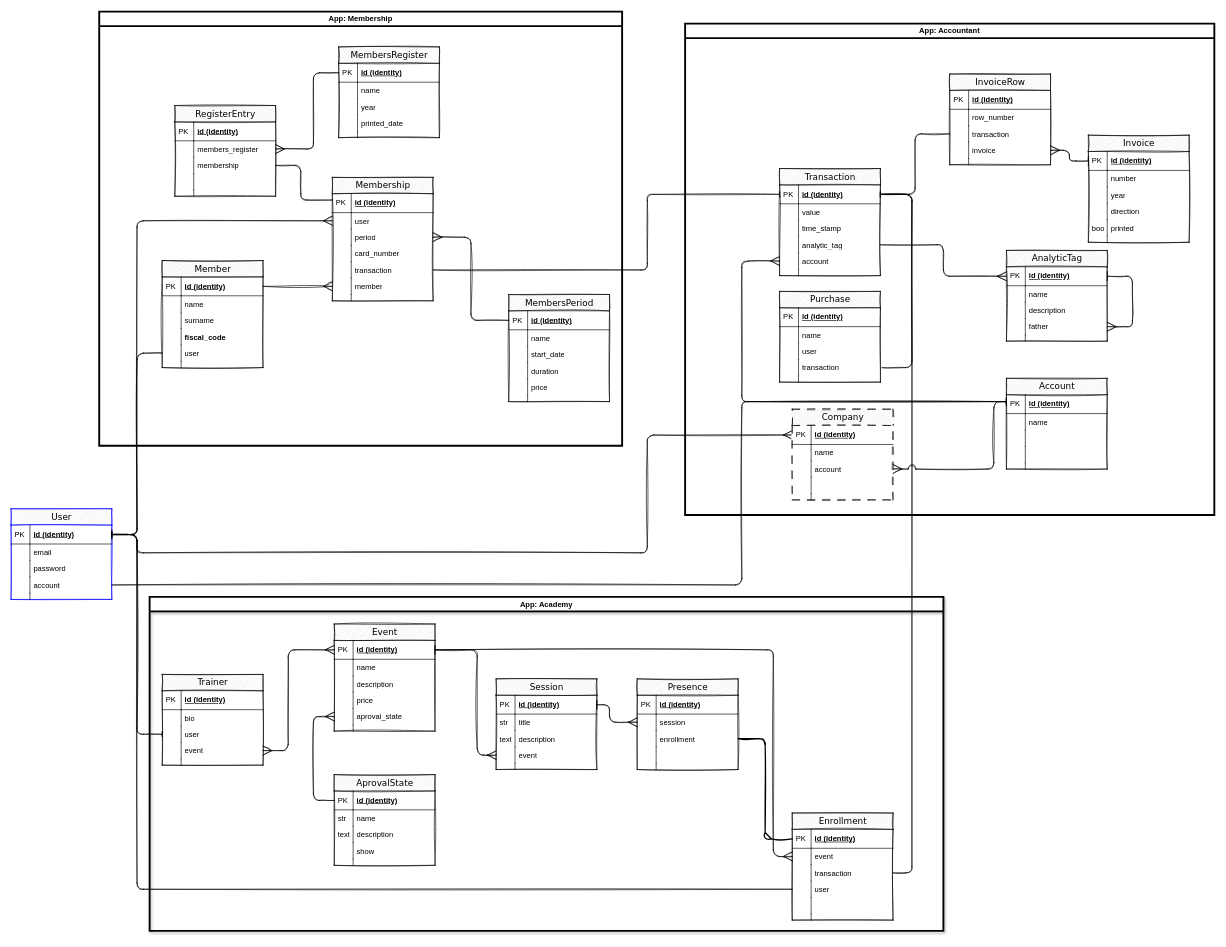
ConoscereLinux/asso-django keeps this draw.io diagram as doc/asso-er.drawio. Above is the earlier version. Source tidied: cells renumbered, new cells numbered last; positions are measured from the earlier drawing's top-left corner, leaving out a move shared by most shapes. Both pictures are drawn from the tidied source at 63%, with x=0, y=0 at pixel (11, 11).
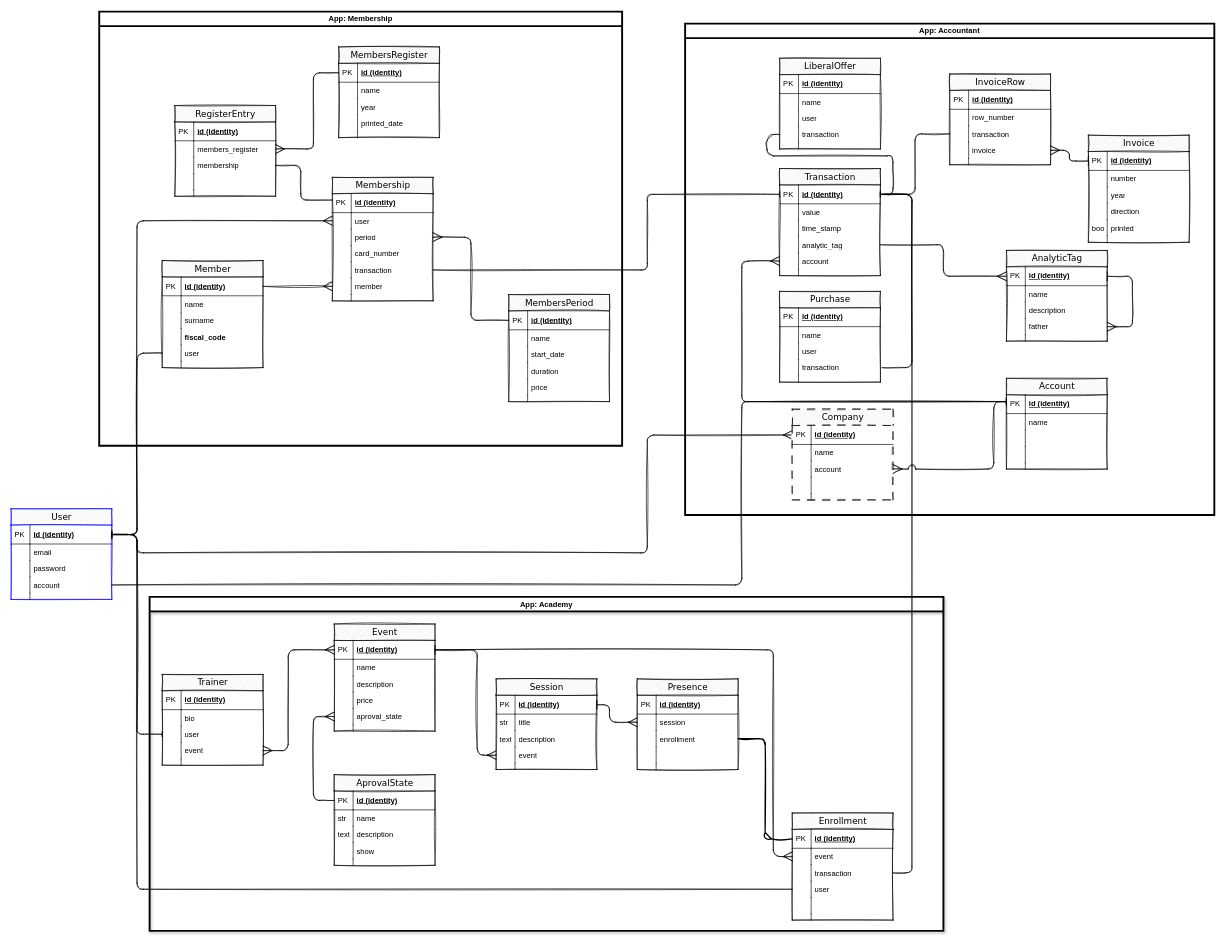
The same diagram, later.

Commit message:
Added LiberalOffer model.

The change refers to these unchanged cells:
```xml
<mxCell id="56" value="id (identity)" style="shape=partialRectangle;top=0;left=0;right=0;bottom=1;html=1;align=left;verticalAlign=middle;fillColor=none;spacingLeft=34;spacingRight=4;whiteSpace=wrap;overflow=hidden;points=[[0,0.5],[1,0.5]];portConstraint=eastwest;fontStyle=5;" parent="55" vertex="1">
  <mxGeometry y="26" width="160" height="30" as="geometry" />
</mxCell>
<mxCell id="229" value="App: Accountant" style="swimlane;whiteSpace=wrap;html=1;strokeWidth=3;" parent="1" vertex="1">
  <mxGeometry x="1070" y="19" width="840" height="780" as="geometry" />
</mxCell>
```

Change to the diagram source:
```diff
@@
+    <mxCell id="255" value="LiberalOffer" style="swimlane;html=1;fontStyle=0;horizontal=1;startSize=26;fillColor=#e0e0e0;swimlaneFillColor=#ffffff;align=center;rounded=0;shadow=0;comic=0;labelBackgroundColor=none;strokeWidth=1;fontFamily=Verdana;fontSize=14;sketch=1;" parent="229" vertex="1">
+      <mxGeometry x="150" y="55" width="160" height="144" as="geometry" />
+    </mxCell>
+    <mxCell id="256" value="id (identity)" style="shape=partialRectangle;top=0;left=0;right=0;bottom=1;html=1;align=left;verticalAlign=middle;fillColor=none;spacingLeft=34;spacingRight=4;whiteSpace=wrap;overflow=hidden;fontStyle=5;" parent="255" vertex="1">
+      <mxGeometry y="26" width="160" height="30" as="geometry" />
+    </mxCell>
+    <mxCell id="257" value="PK" style="shape=partialRectangle;top=0;left=0;bottom=0;html=1;fillColor=none;align=left;verticalAlign=middle;spacingLeft=4;spacingRight=4;whiteSpace=wrap;overflow=hidden;" parent="256" vertex="1">
+      <mxGeometry width="30" height="30" as="geometry" />
+    </mxCell>
+    <mxCell id="258" value="name" style="shape=partialRectangle;top=0;left=0;right=0;bottom=0;html=1;align=left;verticalAlign=top;fillColor=none;spacingLeft=34;spacingRight=4;whiteSpace=wrap;overflow=hidden;" parent="255" vertex="1">
+      <mxGeometry y="56" width="160" height="26" as="geometry" />
+    </mxCell>
+    <mxCell id="259" style="shape=partialRectangle;top=0;left=0;bottom=0;html=1;fillColor=none;align=left;verticalAlign=top;spacingLeft=4;spacingRight=4;whiteSpace=wrap;overflow=hidden;" parent="258" vertex="1">
+      <mxGeometry width="30" height="26" as="geometry" />
+    </mxCell>
+    <mxCell id="260" value="user" style="shape=partialRectangle;top=0;left=0;right=0;bottom=0;html=1;align=left;verticalAlign=top;fillColor=none;spacingLeft=34;spacingRight=4;whiteSpace=wrap;overflow=hidden;" parent="255" vertex="1">
+      <mxGeometry y="82" width="160" height="26" as="geometry" />
+    </mxCell>
+    <mxCell id="261" style="shape=partialRectangle;top=0;left=0;bottom=0;html=1;fillColor=none;align=left;verticalAlign=top;spacingLeft=4;spacingRight=4;whiteSpace=wrap;overflow=hidden;" parent="260" vertex="1">
+      <mxGeometry width="30" height="26" as="geometry" />
+    </mxCell>
+    <mxCell id="262" value="transaction" style="shape=partialRectangle;top=0;left=0;right=0;bottom=0;html=1;align=left;verticalAlign=top;fillColor=none;spacingLeft=34;spacingRight=4;whiteSpace=wrap;overflow=hidden;points=[[0,0.5],[1,0.5]];portConstraint=eastwest;" parent="255" vertex="1">
+      <mxGeometry y="108" width="160" height="26" as="geometry" />
+    </mxCell>
+    <mxCell id="263" style="shape=partialRectangle;top=0;left=0;bottom=0;html=1;fillColor=none;align=left;verticalAlign=top;spacingLeft=4;spacingRight=4;whiteSpace=wrap;overflow=hidden;" parent="262" vertex="1">
+      <mxGeometry width="30" height="26" as="geometry" />
+    </mxCell>
+    <mxCell id="264" style="shape=partialRectangle;top=0;left=0;right=0;bottom=0;html=1;align=left;verticalAlign=top;fillColor=none;spacingLeft=34;spacingRight=4;whiteSpace=wrap;overflow=hidden;" parent="255" vertex="1">
+      <mxGeometry y="134" width="160" height="10" as="geometry" />
+    </mxCell>
+    <mxCell id="265" style="shape=partialRectangle;top=0;left=0;bottom=0;html=1;fillColor=none;align=left;verticalAlign=top;spacingLeft=4;spacingRight=4;whiteSpace=wrap;overflow=hidden;" parent="264" vertex="1">
+      <mxGeometry width="30" height="10" as="geometry" />
+    </mxCell>
@@
+    <mxCell id="266" style="edgeStyle=orthogonalEdgeStyle;rounded=1;jettySize=auto;html=1;sketch=1;curveFitting=1;jiggle=2;endSize=12;startSize=12;endArrow=none;endFill=0;" parent="1" edge="1" source="262" target="56">
+      <mxGeometry relative="1" as="geometry">
+        <Array as="points">
+          <mxPoint x="1200" y="195" />
+          <mxPoint x="1200" y="229" />
+          <mxPoint x="1400" y="229" />
+          <mxPoint x="1400" y="290" />
+        </Array>
+      </mxGeometry>
+    </mxCell>
```
